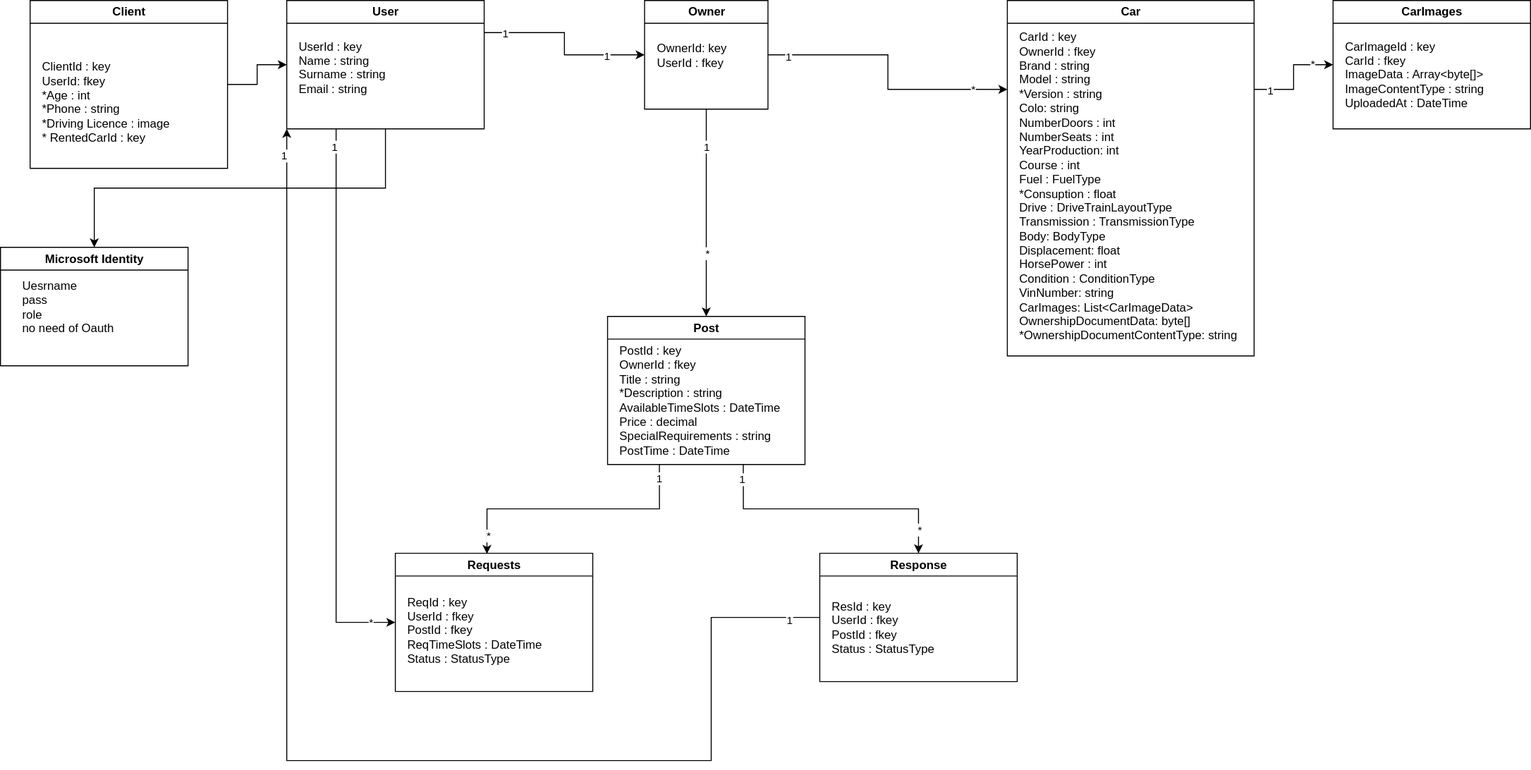
sorykkk/ride-hive keeps this draw.io diagram as doc/DBDiagram.svg. Above is the earlier version. Source tidied: cells renumbered, new cells last; positions are measured from the earlier drawing's top-left corner, leaving out a move shared by most shapes.
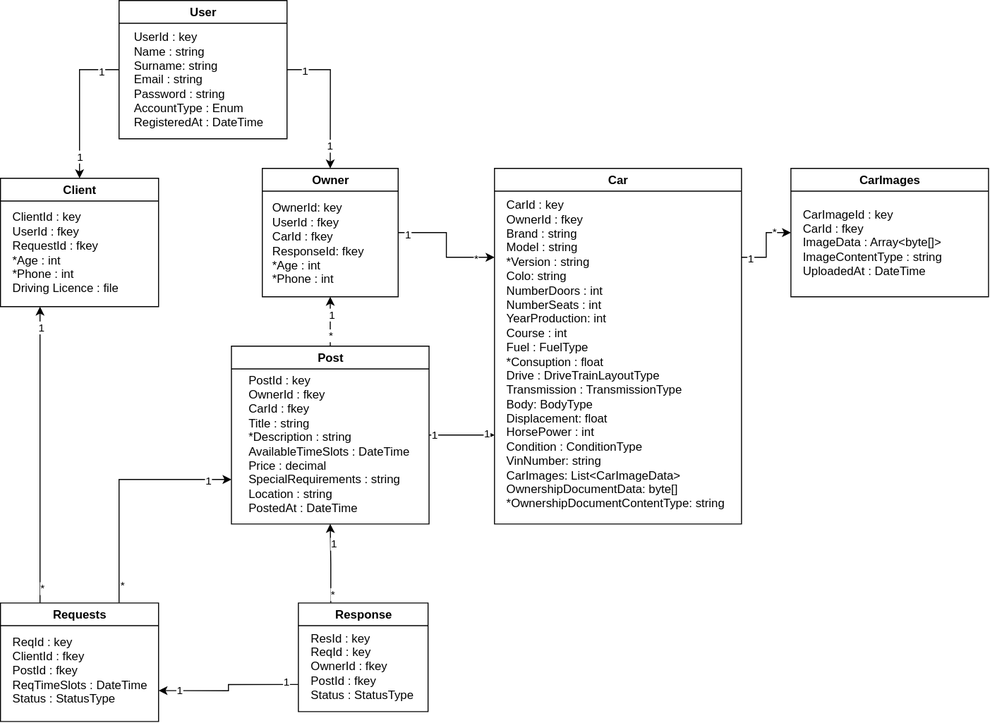
The same file after the commit.

Commit message:
modified model diagram

Diff of the diagram source:
```diff
@@ -4,60 +4,22 @@
     <mxCell id="1" parent="0" />
-    <mxCell id="2" style="edgeStyle=orthogonalEdgeStyle;rounded=0;jettySize=auto;html=1;exitX=1;exitY=0.25;exitDx=0;exitDy=0;entryX=0;entryY=0.5;entryDx=0;entryDy=0;" parent="1" edge="1" source="9" target="17">
-      <mxGeometry relative="1" as="geometry" />
-    </mxCell>
-    <mxCell id="3" value="1" style="edgeLabel;html=1;align=center;verticalAlign=middle;" parent="2" vertex="1">
-      <mxGeometry x="-0.79" relative="1" as="geometry" />
-    </mxCell>
-    <mxCell id="4" value="1" style="edgeLabel;html=1;align=center;verticalAlign=middle;" parent="2" vertex="1">
-      <mxGeometry x="0.57" relative="1" as="geometry" />
-    </mxCell>
-    <mxCell id="5" style="edgeStyle=orthogonalEdgeStyle;rounded=0;jettySize=auto;html=1;exitX=0.25;exitY=1;exitDx=0;exitDy=0;entryX=0;entryY=0.5;entryDx=0;entryDy=0;" parent="1" edge="1" source="9" target="26">
-      <mxGeometry relative="1" as="geometry" />
-    </mxCell>
-    <mxCell id="6" value="1" style="edgeLabel;html=1;align=center;verticalAlign=middle;" parent="5" vertex="1">
-      <mxGeometry x="-0.94" y="-3" relative="1" as="geometry" />
-    </mxCell>
-    <mxCell id="7" value="*" style="edgeLabel;html=1;align=center;verticalAlign=middle;" parent="5" vertex="1">
-      <mxGeometry x="0.91" y="1" relative="1" as="geometry" />
-    </mxCell>
-    <mxCell id="8" style="edgeStyle=orthogonalEdgeStyle;rounded=0;jettySize=auto;html=1;exitX=0.5;exitY=1;exitDx=0;exitDy=0;entryX=0.5;entryY=0;entryDx=0;entryDy=0;" parent="1" edge="1" source="9" target="44">
-      <mxGeometry relative="1" as="geometry" />
-    </mxCell>
-    <mxCell id="9" value="User" style="swimlane;whiteSpace=wrap;html=1;" parent="1" vertex="1">
-      <mxGeometry x="290" width="200" height="130" as="geometry" />
+    <mxCell id="9" value="Client" style="swimlane;whiteSpace=wrap;html=1;" parent="1" vertex="1">
+      <mxGeometry x="510" width="160" height="130" as="geometry" />
     </mxCell>
-    <mxCell id="10" value="UserId : key&lt;div&gt;Name : string&lt;/div&gt;&lt;div&gt;Surname : string&lt;/div&gt;&lt;div&gt;Email : string&lt;/div&gt;&lt;div&gt;&lt;br&gt;&lt;/div&gt;" style="text;html=1;align=left;verticalAlign=middle;whiteSpace=wrap;rounded=0;" parent="9" vertex="1">
-      <mxGeometry x="10" y="30" width="180" height="90" as="geometry" />
+    <mxCell id="10" value="&lt;div&gt;ClientId : key&lt;/div&gt;&lt;div&gt;UserId : fkey&lt;/div&gt;&lt;div&gt;&lt;div&gt;RequestId : fkey&lt;/div&gt;&lt;/div&gt;&lt;div&gt;*Age : int&lt;/div&gt;&lt;div&gt;*Phone : int&lt;/div&gt;&lt;div&gt;Driving Licence : file&lt;/div&gt;" style="text;html=1;align=left;verticalAlign=middle;whiteSpace=wrap;rounded=0;" parent="9" vertex="1">
+      <mxGeometry x="10" y="30" width="130" height="90" as="geometry" />
     </mxCell>
-    <mxCell id="11" style="edgeStyle=orthogonalEdgeStyle;rounded=0;jettySize=auto;html=1;exitX=1;exitY=0.5;exitDx=0;exitDy=0;" parent="1" edge="1" source="17">
-      <mxGeometry relative="1" as="geometry">
-        <mxPoint x="1020" y="90" as="targetPoint" />
-        <Array as="points">
-          <mxPoint x="899" y="55" />
-          <mxPoint x="899" y="90" />
-        </Array>
-      </mxGeometry>
-    </mxCell>
-    <mxCell id="12" value="1" style="edgeLabel;html=1;align=center;verticalAlign=middle;" parent="11" vertex="1">
-      <mxGeometry x="-0.85" y="-1" relative="1" as="geometry" />
-    </mxCell>
-    <mxCell id="13" value="*" style="edgeLabel;html=1;align=center;verticalAlign=middle;" parent="11" vertex="1">
-      <mxGeometry x="0.74" y="1" relative="1" as="geometry" />
-    </mxCell>
-    <mxCell id="14" style="edgeStyle=orthogonalEdgeStyle;rounded=0;jettySize=auto;html=1;exitX=0.5;exitY=1;exitDx=0;exitDy=0;entryX=0.5;entryY=0;entryDx=0;entryDy=0;" parent="1" edge="1" source="17" target="24">
-      <mxGeometry relative="1" as="geometry" />
-    </mxCell>
-    <mxCell id="15" value="1" style="edgeLabel;html=1;align=center;verticalAlign=middle;" parent="14" vertex="1">
-      <mxGeometry x="-0.65" y="-1" relative="1" as="geometry" />
-    </mxCell>
-    <mxCell id="16" value="*" style="edgeLabel;html=1;align=center;verticalAlign=middle;" parent="14" vertex="1">
-      <mxGeometry x="0.26" relative="1" as="geometry">
-        <mxPoint y="12" as="offset" />
-      </mxGeometry>
-    </mxCell>
+    <mxCell id="46" style="edgeStyle=orthogonalEdgeStyle;rounded=0;jettySize=auto;html=1;exitX=1;exitY=0.5;exitDx=0;exitDy=0;entryX=0;entryY=0.25;entryDx=0;entryDy=0;" parent="1" edge="1" source="17" target="22">
+      <mxGeometry relative="1" as="geometry" />
+    </mxCell>
+    <mxCell id="47" value="1" style="edgeLabel;html=1;align=center;verticalAlign=middle;" parent="46" vertex="1">
+      <mxGeometry x="-0.85" y="-1" relative="1" as="geometry" />
+    </mxCell>
+    <mxCell id="48" value="*" style="edgeLabel;html=1;align=center;verticalAlign=middle;" parent="46" vertex="1">
+      <mxGeometry x="0.67" relative="1" as="geometry" />
+    </mxCell>
     <mxCell id="17" value="Owner" style="swimlane;whiteSpace=wrap;html=1;" parent="1" vertex="1">
-      <mxGeometry x="652.5" width="125" height="110" as="geometry" />
+      <mxGeometry x="775" y="-10" width="137.5" height="130" as="geometry" />
     </mxCell>
-    <mxCell id="18" value="OwnerId: key&lt;div&gt;UserId : fkey&lt;br&gt;&lt;/div&gt;" style="text;html=1;align=left;verticalAlign=middle;whiteSpace=wrap;rounded=0;" parent="17" vertex="1">
-      <mxGeometry x="10" y="27.5" width="110" height="55" as="geometry" />
+    <mxCell id="18" value="OwnerId: key&lt;div&gt;UserId : fkey&lt;br&gt;&lt;/div&gt;&lt;div&gt;CarId : fkey&lt;/div&gt;&lt;div&gt;ResponseId: fkey&lt;/div&gt;&lt;div&gt;*Age : int&lt;/div&gt;&lt;div&gt;*Phone : int&lt;/div&gt;" style="text;html=1;align=left;verticalAlign=middle;whiteSpace=wrap;rounded=0;" parent="17" vertex="1">
+      <mxGeometry x="7.5" y="30" width="112.5" height="91.2" as="geometry" />
     </mxCell>
@@ -66,10 +28,10 @@
     </mxCell>
-    <mxCell id="20" value="1" style="edgeLabel;html=1;align=center;verticalAlign=middle;" parent="19" vertex="1">
-      <mxGeometry x="-0.71" relative="1" as="geometry" />
-    </mxCell>
-    <mxCell id="21" value="*" style="edgeLabel;html=1;align=center;verticalAlign=middle;" parent="19" vertex="1">
-      <mxGeometry x="0.58" y="2" relative="1" as="geometry" />
-    </mxCell>
+    <mxCell id="49" value="1" style="edgeLabel;html=1;align=center;verticalAlign=middle;" parent="19" vertex="1">
+      <mxGeometry x="-0.75" relative="1" as="geometry" />
+    </mxCell>
+    <mxCell id="50" value="*" style="edgeLabel;html=1;align=center;verticalAlign=middle;" parent="19" vertex="1">
+      <mxGeometry x="0.52" y="2" relative="1" as="geometry" />
+    </mxCell>
     <mxCell id="22" value="Car" style="swimlane;whiteSpace=wrap;html=1;" parent="1" vertex="1">
-      <mxGeometry x="1020" width="250" height="360" as="geometry" />
+      <mxGeometry x="1010" y="-10" width="250" height="360" as="geometry" />
     </mxCell>
@@ -78,57 +40,76 @@
     </mxCell>
+    <mxCell id="51" style="edgeStyle=orthogonalEdgeStyle;rounded=0;jettySize=auto;html=1;exitX=1;exitY=0.5;exitDx=0;exitDy=0;entryX=0;entryY=0.75;entryDx=0;entryDy=0;" parent="1" edge="1" source="24" target="22">
+      <mxGeometry relative="1" as="geometry" />
+    </mxCell>
+    <mxCell id="52" value="1" style="edgeLabel;html=1;align=center;verticalAlign=middle;" parent="51" vertex="1">
+      <mxGeometry x="-0.88" y="1" relative="1" as="geometry" />
+    </mxCell>
+    <mxCell id="53" value="1" style="edgeLabel;html=1;align=center;verticalAlign=middle;" parent="51" vertex="1">
+      <mxGeometry x="0.71" y="3" relative="1" as="geometry" />
+    </mxCell>
+    <mxCell id="54" style="edgeStyle=orthogonalEdgeStyle;rounded=0;jettySize=auto;html=1;exitX=0.5;exitY=0;exitDx=0;exitDy=0;entryX=0.5;entryY=1;entryDx=0;entryDy=0;" parent="1" edge="1" source="24" target="17">
+      <mxGeometry relative="1" as="geometry" />
+    </mxCell>
+    <mxCell id="55" value="*" style="edgeLabel;html=1;align=center;verticalAlign=middle;" parent="54" vertex="1">
+      <mxGeometry x="-0.54" relative="1" as="geometry" />
+    </mxCell>
+    <mxCell id="56" value="1" style="edgeLabel;html=1;align=center;verticalAlign=middle;" parent="54" vertex="1">
+      <mxGeometry x="0.3" y="-1" relative="1" as="geometry" />
+    </mxCell>
     <mxCell id="24" value="Post" style="swimlane;whiteSpace=wrap;html=1;" parent="1" vertex="1">
-      <mxGeometry x="615" y="320" width="200" height="150" as="geometry" />
+      <mxGeometry x="743.8" y="170" width="200" height="180" as="geometry" />
     </mxCell>
-    <mxCell id="25" value="PostId : key&lt;div&gt;OwnerId : fkey&lt;/div&gt;&lt;div&gt;Title : string&lt;/div&gt;&lt;div&gt;*Description : string&lt;/div&gt;&lt;div&gt;AvailableTimeSlots : DateTime&lt;/div&gt;&lt;div&gt;Price : decimal&lt;/div&gt;&lt;div&gt;SpecialRequirements : string&lt;/div&gt;&lt;div&gt;PostTime : DateTime&lt;/div&gt;" style="text;html=1;align=left;verticalAlign=middle;whiteSpace=wrap;rounded=0;" parent="24" vertex="1">
-      <mxGeometry x="10" y="20" width="170" height="130" as="geometry" />
+    <mxCell id="25" value="PostId : key&lt;div&gt;OwnerId : fkey&lt;/div&gt;&lt;div&gt;CarId : fkey&lt;/div&gt;&lt;div&gt;Title : string&lt;/div&gt;&lt;div&gt;*Description : string&lt;/div&gt;&lt;div&gt;AvailableTimeSlots : DateTime&lt;/div&gt;&lt;div&gt;Price : decimal&lt;/div&gt;&lt;div&gt;SpecialRequirements : string&lt;/div&gt;&lt;div&gt;Location : string&lt;/div&gt;&lt;div&gt;PostedAt : DateTime&lt;/div&gt;" style="text;html=1;align=left;verticalAlign=middle;whiteSpace=wrap;rounded=0;" parent="24" vertex="1">
+      <mxGeometry x="15" y="29" width="170" height="140" as="geometry" />
     </mxCell>
+    <mxCell id="57" style="edgeStyle=orthogonalEdgeStyle;rounded=0;jettySize=auto;html=1;exitX=0.75;exitY=0;exitDx=0;exitDy=0;entryX=0;entryY=0.75;entryDx=0;entryDy=0;" parent="1" edge="1" source="26" target="24">
+      <mxGeometry relative="1" as="geometry" />
+    </mxCell>
+    <mxCell id="58" value="1" style="edgeLabel;html=1;align=center;verticalAlign=middle;" parent="57" vertex="1">
+      <mxGeometry x="0.8" relative="1" as="geometry" />
+    </mxCell>
+    <mxCell id="59" value="*" style="edgeLabel;html=1;align=center;verticalAlign=middle;" parent="57" vertex="1">
+      <mxGeometry x="-0.84" y="-2" relative="1" as="geometry" />
+    </mxCell>
+    <mxCell id="60" style="edgeStyle=orthogonalEdgeStyle;rounded=0;jettySize=auto;html=1;exitX=0.25;exitY=0;exitDx=0;exitDy=0;entryX=0.25;entryY=1;entryDx=0;entryDy=0;" parent="1" edge="1" source="26" target="9">
+      <mxGeometry relative="1" as="geometry" />
+    </mxCell>
+    <mxCell id="61" value="*" style="edgeLabel;html=1;align=center;verticalAlign=middle;" parent="60" vertex="1">
+      <mxGeometry x="-0.9" y="-1" relative="1" as="geometry" />
+    </mxCell>
+    <mxCell id="62" value="1" style="edgeLabel;html=1;align=center;verticalAlign=middle;" parent="60" vertex="1">
+      <mxGeometry x="0.87" relative="1" as="geometry" />
+    </mxCell>
     <mxCell id="26" value="Requests" style="swimlane;whiteSpace=wrap;html=1;" parent="1" vertex="1">
-      <mxGeometry x="400" y="560" width="200" height="140" as="geometry" />
+      <mxGeometry x="510" y="430" width="160" height="120" as="geometry" />
     </mxCell>
-    <mxCell id="27" value="ReqId : key&lt;div&gt;UserId : fkey&lt;/div&gt;&lt;div&gt;PostId : fkey&lt;/div&gt;&lt;div&gt;ReqTimeSlots : DateTime&lt;/div&gt;&lt;div&gt;Status : StatusType&lt;/div&gt;" style="text;html=1;align=left;verticalAlign=middle;whiteSpace=wrap;rounded=0;" parent="26" vertex="1">
-      <mxGeometry x="10" y="25" width="150" height="105" as="geometry" />
+    <mxCell id="27" value="ReqId : key&lt;div&gt;ClientId : fkey&lt;/div&gt;&lt;div&gt;PostId : fkey&lt;/div&gt;&lt;div&gt;ReqTimeSlots : DateTime&lt;/div&gt;&lt;div&gt;Status : StatusType&lt;/div&gt;" style="text;html=1;align=left;verticalAlign=middle;whiteSpace=wrap;rounded=0;" parent="26" vertex="1">
+      <mxGeometry x="10" y="25" width="150" height="85" as="geometry" />
     </mxCell>
-    <mxCell id="28" style="edgeStyle=orthogonalEdgeStyle;rounded=0;jettySize=auto;html=1;exitX=0;exitY=0.5;exitDx=0;exitDy=0;entryX=0;entryY=1;entryDx=0;entryDy=0;" parent="1" edge="1" source="31" target="9">
-      <mxGeometry relative="1" as="geometry">
-        <Array as="points">
-          <mxPoint x="720" y="625" />
-          <mxPoint x="720" y="770" />
-          <mxPoint x="290" y="770" />
-        </Array>
-      </mxGeometry>
-    </mxCell>
-    <mxCell id="29" value="1" style="edgeLabel;html=1;align=center;verticalAlign=middle;" parent="28" vertex="1">
-      <mxGeometry x="-0.95" y="2" relative="1" as="geometry">
-        <mxPoint x="1" as="offset" />
-      </mxGeometry>
-    </mxCell>
-    <mxCell id="30" value="1" style="edgeLabel;html=1;align=center;verticalAlign=middle;" parent="28" vertex="1">
-      <mxGeometry x="0.96" y="4" relative="1" as="geometry" />
-    </mxCell>
+    <mxCell id="63" style="edgeStyle=orthogonalEdgeStyle;rounded=0;jettySize=auto;html=1;exitX=0.25;exitY=0;exitDx=0;exitDy=0;entryX=0.5;entryY=1;entryDx=0;entryDy=0;" parent="1" edge="1" source="31" target="24">
+      <mxGeometry relative="1" as="geometry" />
+    </mxCell>
+    <mxCell id="64" value="1" style="edgeLabel;html=1;align=center;verticalAlign=middle;" parent="63" vertex="1">
+      <mxGeometry x="0.52" y="-2" relative="1" as="geometry" />
+    </mxCell>
+    <mxCell id="65" value="*" style="edgeLabel;html=1;align=center;verticalAlign=middle;" parent="63" vertex="1">
+      <mxGeometry x="-0.76" y="-1" relative="1" as="geometry" />
+    </mxCell>
+    <mxCell id="66" style="edgeStyle=orthogonalEdgeStyle;rounded=0;jettySize=auto;html=1;exitX=0;exitY=0.75;exitDx=0;exitDy=0;entryX=1;entryY=0.75;entryDx=0;entryDy=0;" parent="1" edge="1" source="31" target="27">
+      <mxGeometry relative="1" as="geometry" />
+    </mxCell>
+    <mxCell id="67" value="1" style="edgeLabel;html=1;align=center;verticalAlign=middle;" parent="66" vertex="1">
+      <mxGeometry x="-0.83" y="-3" relative="1" as="geometry" />
+    </mxCell>
+    <mxCell id="68" value="1" style="edgeLabel;html=1;align=center;verticalAlign=middle;" parent="66" vertex="1">
+      <mxGeometry x="0.72" y="-1" relative="1" as="geometry" />
+    </mxCell>
     <mxCell id="31" value="Response" style="swimlane;whiteSpace=wrap;html=1;" parent="1" vertex="1">
-      <mxGeometry x="830" y="560" width="200" height="130" as="geometry" />
+      <mxGeometry x="811.5" y="430" width="131.2" height="110" as="geometry" />
     </mxCell>
-    <mxCell id="32" value="ResId : key&lt;div&gt;UserId : fkey&lt;/div&gt;&lt;div&gt;PostId : fkey&lt;/div&gt;&lt;div&gt;Status : StatusType&lt;/div&gt;" style="text;html=1;align=left;verticalAlign=middle;whiteSpace=wrap;rounded=0;" parent="31" vertex="1">
-      <mxGeometry x="10" y="35" width="150" height="80" as="geometry" />
+    <mxCell id="32" value="ResId : key&lt;div&gt;ReqId : key&lt;br&gt;&lt;div&gt;OwnerId : fkey&lt;/div&gt;&lt;div&gt;PostId : fkey&lt;/div&gt;&lt;div&gt;Status : StatusType&lt;/div&gt;&lt;/div&gt;" style="text;html=1;align=left;verticalAlign=middle;whiteSpace=wrap;rounded=0;" parent="31" vertex="1">
+      <mxGeometry x="10" y="27" width="110" height="73" as="geometry" />
     </mxCell>
-    <mxCell id="33" style="edgeStyle=orthogonalEdgeStyle;rounded=0;jettySize=auto;html=1;exitX=0.25;exitY=1;exitDx=0;exitDy=0;entryX=0.464;entryY=0.004;entryDx=0;entryDy=0;entryPerimeter=0;" parent="1" edge="1" source="25" target="26">
-      <mxGeometry relative="1" as="geometry" />
-    </mxCell>
-    <mxCell id="34" value="1" style="edgeLabel;html=1;align=center;verticalAlign=middle;" parent="33" vertex="1">
-      <mxGeometry x="-0.9" y="-1" relative="1" as="geometry" />
-    </mxCell>
-    <mxCell id="35" value="*" style="edgeLabel;html=1;align=center;verticalAlign=middle;" parent="33" vertex="1">
-      <mxGeometry x="0.85" relative="1" as="geometry" />
-    </mxCell>
-    <mxCell id="36" style="edgeStyle=orthogonalEdgeStyle;rounded=0;jettySize=auto;html=1;exitX=0.75;exitY=1;exitDx=0;exitDy=0;entryX=0.5;entryY=0;entryDx=0;entryDy=0;" parent="1" edge="1" source="25" target="31">
-      <mxGeometry relative="1" as="geometry" />
-    </mxCell>
-    <mxCell id="37" value="1" style="edgeLabel;html=1;align=center;verticalAlign=middle;" parent="36" vertex="1">
-      <mxGeometry x="-0.89" y="-2" relative="1" as="geometry" />
-    </mxCell>
-    <mxCell id="38" value="*" style="edgeLabel;html=1;align=center;verticalAlign=middle;" parent="36" vertex="1">
-      <mxGeometry x="0.82" relative="1" as="geometry" />
-    </mxCell>
     <mxCell id="39" value="CarImages" style="swimlane;whiteSpace=wrap;html=1;" parent="1" vertex="1">
-      <mxGeometry x="1350" width="200" height="130" as="geometry" />
+      <mxGeometry x="1310" y="-10" width="200" height="130" as="geometry" />
     </mxCell>
@@ -137,17 +118,26 @@
     </mxCell>
-    <mxCell id="41" style="edgeStyle=orthogonalEdgeStyle;rounded=0;jettySize=auto;html=1;exitX=1;exitY=0.5;exitDx=0;exitDy=0;entryX=0;entryY=0.5;entryDx=0;entryDy=0;" parent="1" edge="1" source="42" target="9">
+    <mxCell id="41" style="edgeStyle=orthogonalEdgeStyle;rounded=0;jettySize=auto;html=1;exitX=0;exitY=0.5;exitDx=0;exitDy=0;entryX=0.5;entryY=0;entryDx=0;entryDy=0;" parent="1" edge="1" source="42" target="9">
       <mxGeometry relative="1" as="geometry" />
     </mxCell>
+    <mxCell id="69" value="1" style="edgeLabel;html=1;align=center;verticalAlign=middle;" parent="41" vertex="1">
+      <mxGeometry x="0.7" y="-1" relative="1" as="geometry" />
+    </mxCell>
+    <mxCell id="70" value="1" style="edgeLabel;html=1;align=center;verticalAlign=middle;" parent="41" vertex="1">
+      <mxGeometry x="-0.75" y="1" relative="1" as="geometry" />
+    </mxCell>
+    <mxCell id="71" style="edgeStyle=orthogonalEdgeStyle;rounded=0;jettySize=auto;html=1;exitX=1;exitY=0.5;exitDx=0;exitDy=0;entryX=0.5;entryY=0;entryDx=0;entryDy=0;" parent="1" edge="1" source="42" target="17">
+      <mxGeometry relative="1" as="geometry" />
+    </mxCell>
+    <mxCell id="72" value="1" style="edgeLabel;html=1;align=center;verticalAlign=middle;" parent="71" vertex="1">
+      <mxGeometry x="-0.76" relative="1" as="geometry" />
+    </mxCell>
+    <mxCell id="73" value="1" style="edgeLabel;html=1;align=center;verticalAlign=middle;" parent="71" vertex="1">
+      <mxGeometry x="0.66" y="-1" relative="1" as="geometry" />
+    </mxCell>
-    <mxCell id="42" value="Client" style="swimlane;whiteSpace=wrap;html=1;" parent="1" vertex="1">
-      <mxGeometry x="30" width="200" height="170" as="geometry" />
+    <mxCell id="42" value="User" style="swimlane;whiteSpace=wrap;html=1;" parent="1" vertex="1">
+      <mxGeometry x="630" y="-180" width="170" height="140" as="geometry" />
     </mxCell>
-    <mxCell id="43" value="ClientId : key&lt;div&gt;UserId: fkey&lt;br&gt;&lt;div&gt;*Age : int&lt;/div&gt;&lt;div&gt;*Phone : string&lt;/div&gt;&lt;div&gt;*Driving Licence : image&lt;/div&gt;&lt;div&gt;* RentedCarId : key&lt;/div&gt;&lt;div&gt;&lt;br&gt;&lt;/div&gt;&lt;/div&gt;" style="text;html=1;align=left;verticalAlign=middle;whiteSpace=wrap;rounded=0;" parent="42" vertex="1">
-      <mxGeometry x="10" y="30" width="180" height="160" as="geometry" />
-    </mxCell>
-    <mxCell id="44" value="Microsoft Identity" style="swimlane;whiteSpace=wrap;html=1;" parent="1" vertex="1">
-      <mxGeometry y="250" width="190" height="120" as="geometry" />
-    </mxCell>
-    <mxCell id="45" value="Uesrname&amp;nbsp;&lt;div&gt;pass&lt;/div&gt;&lt;div&gt;role&lt;/div&gt;&lt;div&gt;no need of Oauth&lt;/div&gt;" style="text;html=1;align=left;verticalAlign=middle;strokeColor=none;fillColor=none;" parent="44" vertex="1">
-      <mxGeometry x="20" y="25" width="120" height="70" as="geometry" />
-    </mxCell>
+    <mxCell id="74" value="UserId : key&lt;div&gt;&lt;div&gt;Name : string&lt;/div&gt;&lt;div&gt;Surname: string&lt;/div&gt;&lt;div&gt;Email : string&lt;/div&gt;&lt;div&gt;Password : string&lt;/div&gt;&lt;/div&gt;&lt;div&gt;AccountType : Enum&lt;/div&gt;&lt;div&gt;RegisteredAt : DateTime&lt;/div&gt;" style="text;html=1;align=left;verticalAlign=middle;whiteSpace=wrap;rounded=0;" parent="42" vertex="1">
+      <mxGeometry x="12.5" y="30" width="147.5" height="100" as="geometry" />
+    </mxCell>
   </root>
```
